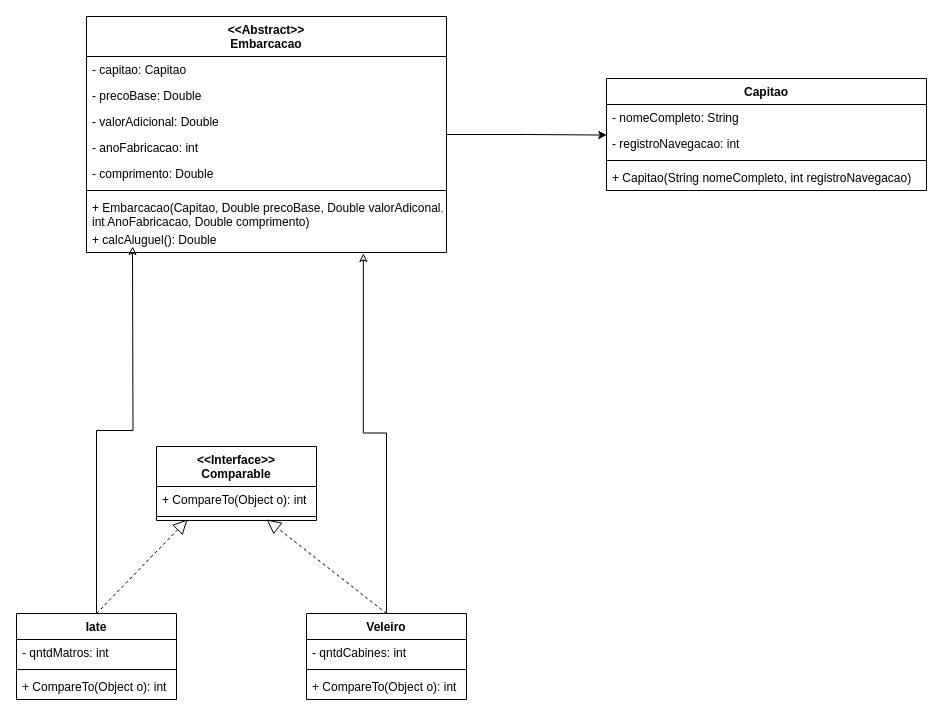
This is CTD-ProgramacaoOrientadaAObjetos/Modelagem-POO/AULA15-Atividade1 Diagram.drawio from pcamposaugusto/CTD-2021-Bimestre2, a draw.io file, before an edit. Source tidied: cells renumbered, new cells numbered last; positions are measured from the earlier drawing's top-left corner, leaving out a move shared by most shapes. Both pictures are drawn from the tidied source at 100%, with x=0, y=0 at pixel (16, 16).
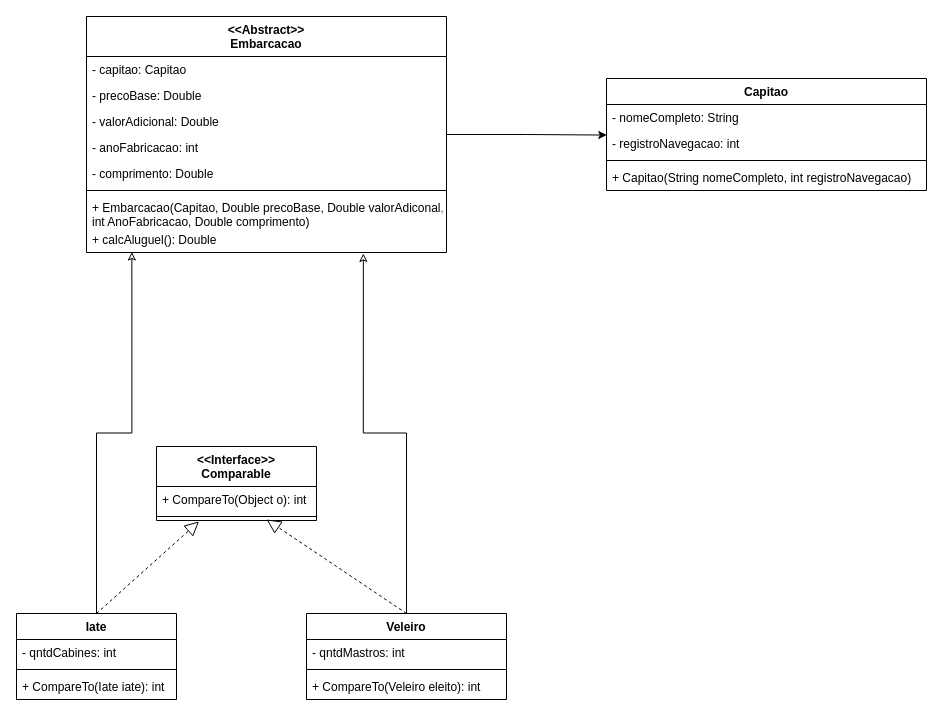
After the change.

Unchanged cells that the change refers to:
```xml
<mxCell id="11" value="+ calcAluguel(): Double" style="text;strokeColor=none;fillColor=none;align=left;verticalAlign=top;spacingLeft=4;spacingRight=4;overflow=hidden;points=[[0,0.5],[1,0.5]];portConstraint=eastwest;" parent="3" vertex="1">
  <mxGeometry y="210" width="360" height="26" as="geometry" />
</mxCell>
<mxCell id="13" value="Iate" style="swimlane;fontStyle=1;align=center;verticalAlign=top;horizontal=1;startSize=26;" parent="1" vertex="1">
  <mxGeometry y="597" width="160" height="86" as="geometry" />
</mxCell>
<mxCell id="29" style="line;strokeWidth=1;fillColor=none;align=left;verticalAlign=middle;spacingTop=-1;spacingLeft=3;spacingRight=3;labelPosition=right;points=[];portConstraint=eastwest;" parent="27" vertex="1">
  <mxGeometry y="66" width="160" height="8" as="geometry" />
</mxCell>
```

Diff of the diagram source:
```diff
@@
-    <mxCell id="12" style="edgeStyle=orthogonalEdgeStyle;rounded=0;jettySize=auto;html=1;endArrow=classic;endFill=0;" parent="1" edge="1" source="13">
-      <mxGeometry relative="1" as="geometry">
-        <mxPoint x="116" y="230" as="targetPoint" />
-      </mxGeometry>
+    <mxCell id="12" style="edgeStyle=orthogonalEdgeStyle;rounded=0;jettySize=auto;html=1;endArrow=classic;endFill=0;entryX=0.126;entryY=0.982;entryDx=0;entryDy=0;entryPerimeter=0;" parent="1" edge="1" source="13" target="11">
+      <mxGeometry relative="1" as="geometry" />
     </mxCell>
@@
-    <mxCell id="14" value="- qntdMatros: int" style="text;strokeColor=none;fillColor=none;align=left;verticalAlign=top;spacingLeft=4;spacingRight=4;overflow=hidden;" parent="13" vertex="1">
+    <mxCell id="14" value="- qntdCabines: int&#10;" style="text;strokeColor=none;fillColor=none;align=left;verticalAlign=top;spacingLeft=4;spacingRight=4;overflow=hidden;" parent="13" vertex="1">
       <mxGeometry y="26" width="160" height="26" as="geometry" />
     </mxCell>
@@
-    <mxCell id="16" value="+ CompareTo(Object o): int" style="text;strokeColor=none;fillColor=none;align=left;verticalAlign=top;spacingLeft=4;spacingRight=4;overflow=hidden;" parent="13" vertex="1">
+    <mxCell id="16" value="+ CompareTo(Iate iate): int" style="text;strokeColor=none;fillColor=none;align=left;verticalAlign=top;spacingLeft=4;spacingRight=4;overflow=hidden;" parent="13" vertex="1">
       <mxGeometry y="60" width="160" height="26" as="geometry" />
     </mxCell>
@@
     <mxCell id="18" value="Veleiro" style="swimlane;fontStyle=1;align=center;verticalAlign=top;horizontal=1;startSize=26;" parent="1" vertex="1">
-      <mxGeometry x="290" y="597" width="160" height="86" as="geometry" />
+      <mxGeometry x="290" y="597" width="200" height="86" as="geometry" />
     </mxCell>
-    <mxCell id="19" value="- qntdCabines: int" style="text;strokeColor=none;fillColor=none;align=left;verticalAlign=top;spacingLeft=4;spacingRight=4;overflow=hidden;" parent="18" vertex="1">
-      <mxGeometry y="26" width="160" height="26" as="geometry" />
+    <mxCell id="19" value="- qntdMastros: int" style="text;strokeColor=none;fillColor=none;align=left;verticalAlign=top;spacingLeft=4;spacingRight=4;overflow=hidden;" parent="18" vertex="1">
+      <mxGeometry y="26" width="200" height="26" as="geometry" />
     </mxCell>
     <mxCell id="20" style="line;strokeWidth=1;fillColor=none;align=left;verticalAlign=middle;spacingTop=-1;spacingLeft=3;spacingRight=3;labelPosition=right;" parent="18" vertex="1">
-      <mxGeometry y="52" width="160" height="8" as="geometry" />
+      <mxGeometry y="52" width="200" height="8" as="geometry" />
     </mxCell>
-    <mxCell id="21" value="+ CompareTo(Object o): int" style="text;strokeColor=none;fillColor=none;align=left;verticalAlign=top;spacingLeft=4;spacingRight=4;overflow=hidden;" parent="18" vertex="1">
-      <mxGeometry y="60" width="160" height="26" as="geometry" />
+    <mxCell id="21" value="+ CompareTo(Veleiro eleito): int" style="text;strokeColor=none;fillColor=none;align=left;verticalAlign=top;spacingLeft=4;spacingRight=4;overflow=hidden;" parent="18" vertex="1">
+      <mxGeometry y="60" width="200" height="26" as="geometry" />
     </mxCell>
@@
-    <mxCell id="30" style="endArrow=block;dashed=1;endFill=0;endSize=12;html=1;exitX=0.5;exitY=0;exitDx=0;exitDy=0;entryX=0.194;entryY=0.875;entryDx=0;entryDy=0;entryPerimeter=0;" parent="1" edge="1" source="13" target="29">
+    <mxCell id="30" style="endArrow=block;dashed=1;endFill=0;endSize=12;html=1;exitX=0.5;exitY=0;exitDx=0;exitDy=0;entryX=0.266;entryY=1.118;entryDx=0;entryDy=0;entryPerimeter=0;" parent="1" edge="1" source="13" target="29">
       <mxGeometry relative="1" as="geometry" />
     </mxCell>
```
